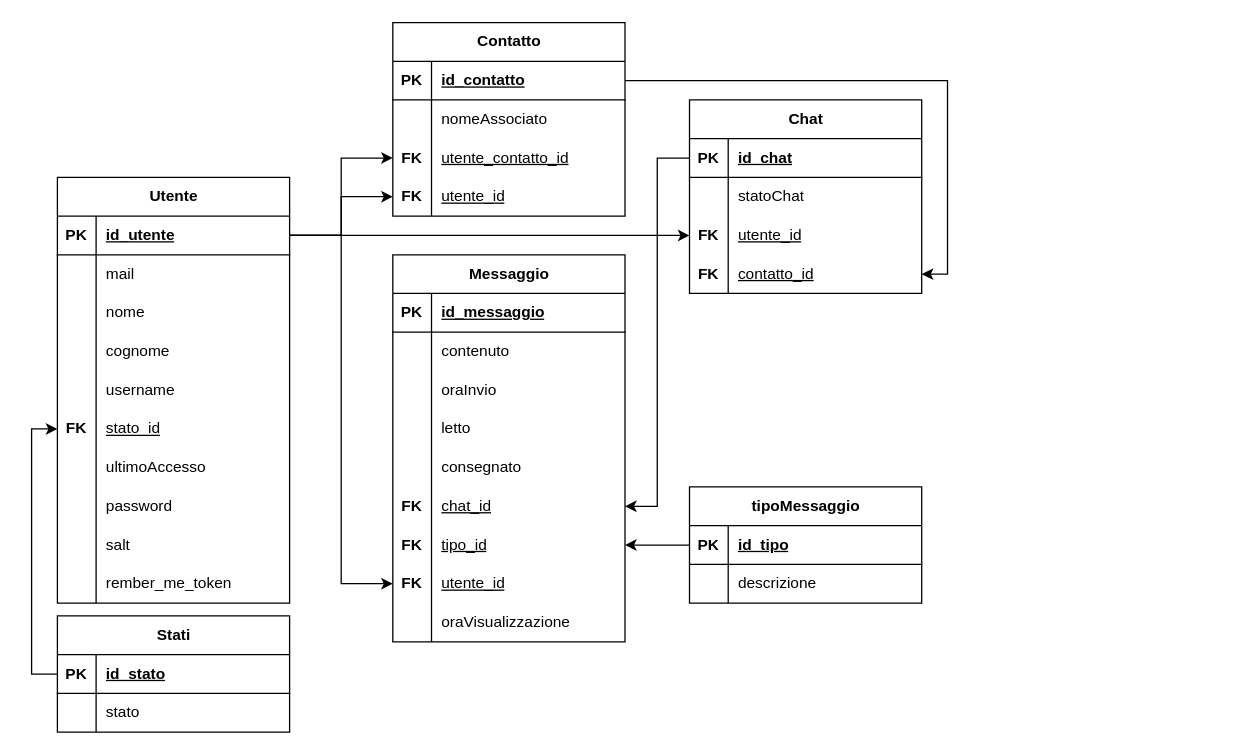
Above: Progettazione/DR_ChatApp.drawio in FanteyOfficial/ProgettoQuintaInformatica (draw.io), before the change. Source tidied: cells renumbered, new cells numbered last; positions are measured from the earlier drawing's top-left corner, leaving out a move shared by most shapes. Both pictures are drawn from the tidied source at 129%, with x=0, y=0 at pixel (57, 22).
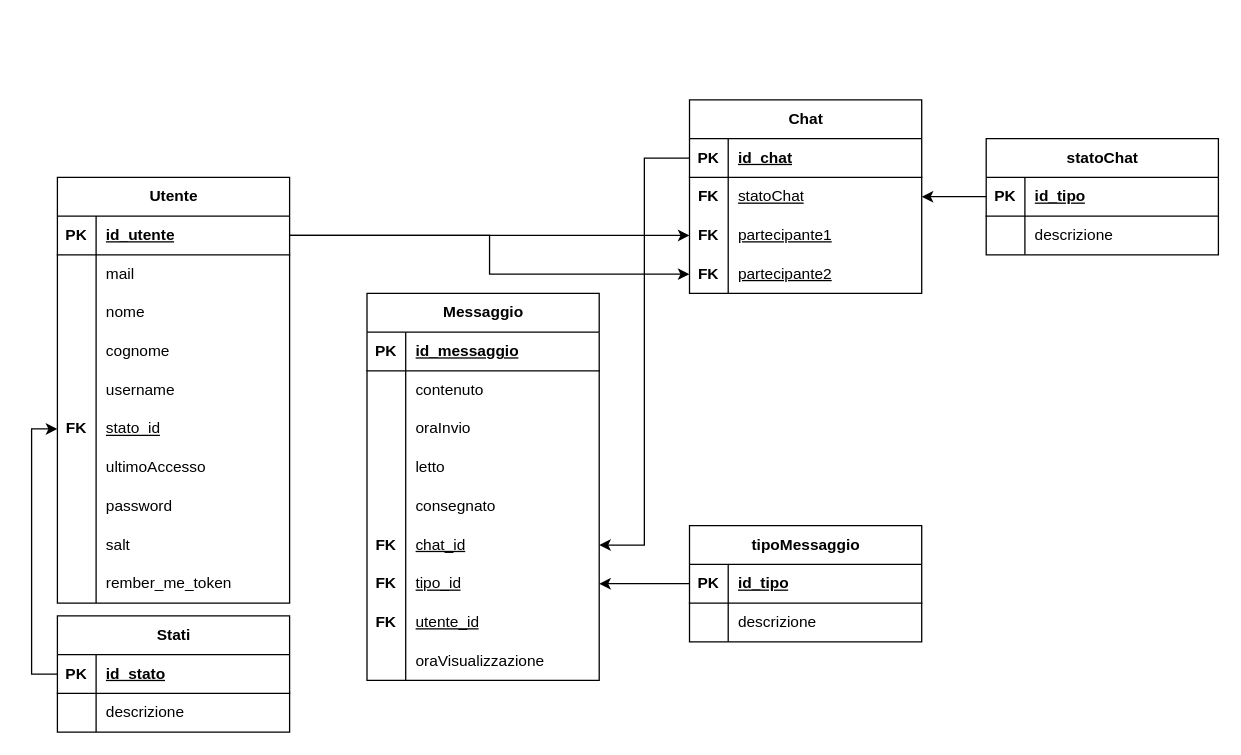
The same page after the edit.

Unchanged cells that the change refers to:
```xml
<mxCell id="3" style="shape=tableRow;horizontal=0;startSize=0;swimlaneHead=0;swimlaneBody=0;fillColor=none;points=[[0,0.5],[1,0.5]];portConstraint=eastwest;top=0;left=0;right=0;bottom=1;" parent="2" vertex="1">
  <mxGeometry y="30" width="180" height="30" as="geometry" />
</mxCell>
<mxCell id="37" style="shape=tableRow;horizontal=0;startSize=0;swimlaneHead=0;swimlaneBody=0;fillColor=none;points=[[0,0.5],[1,0.5]];portConstraint=eastwest;top=0;left=0;right=0;bottom=0;" parent="33" vertex="1">
  <mxGeometry y="60" width="180" height="30" as="geometry" />
</mxCell>
<mxCell id="40" style="shape=tableRow;horizontal=0;startSize=0;swimlaneHead=0;swimlaneBody=0;fillColor=none;points=[[0,0.5],[1,0.5]];portConstraint=eastwest;top=0;left=0;right=0;bottom=0;" parent="33" vertex="1">
  <mxGeometry y="90" width="180" height="30" as="geometry" />
</mxCell>
<mxCell id="43" style="shape=tableRow;horizontal=0;startSize=0;swimlaneHead=0;swimlaneBody=0;fillColor=none;points=[[0,0.5],[1,0.5]];portConstraint=eastwest;top=0;left=0;right=0;bottom=0;" parent="33" vertex="1">
  <mxGeometry y="120" width="180" height="30" as="geometry" />
</mxCell>
<mxCell id="68" style="shape=tableRow;horizontal=0;startSize=0;swimlaneHead=0;swimlaneBody=0;fillColor=none;points=[[0,0.5],[1,0.5]];portConstraint=eastwest;top=0;left=0;right=0;bottom=0;" parent="46" vertex="1">
  <mxGeometry y="240" width="180" height="30" as="geometry" />
</mxCell>
<mxCell id="79" style="shape=tableRow;horizontal=0;startSize=0;swimlaneHead=0;swimlaneBody=0;fillColor=none;top=0;left=0;right=0;bottom=0;" parent="75" vertex="1">
  <mxGeometry y="60" width="180" height="30" as="geometry" />
</mxCell>
```

Change to the diagram source:
```diff
@@
-    <mxCell id="38" style="shape=partialRectangle;fillColor=none;top=0;left=0;bottom=0;right=0;overflow=hidden;whiteSpace=wrap;html=1;" parent="37" vertex="1">
+    <mxCell id="38" value="&lt;b&gt;FK&lt;/b&gt;" style="shape=partialRectangle;fillColor=none;top=0;left=0;bottom=0;right=0;overflow=hidden;whiteSpace=wrap;html=1;" parent="37" vertex="1">
       <mxGeometry width="30" height="30" as="geometry" />
     </mxCell>
-    <mxCell id="39" value="statoChat" style="shape=partialRectangle;fillColor=none;top=0;left=0;bottom=0;right=0;align=left;spacingLeft=6;overflow=hidden;whiteSpace=wrap;html=1;" parent="37" vertex="1">
+    <mxCell id="39" value="&lt;u&gt;statoChat&lt;/u&gt;" style="shape=partialRectangle;fillColor=none;top=0;left=0;bottom=0;right=0;align=left;spacingLeft=6;overflow=hidden;whiteSpace=wrap;html=1;" parent="37" vertex="1">
       <mxGeometry x="30" width="150" height="30" as="geometry" />
     </mxCell>
@@
-    <mxCell id="42" value="&lt;u&gt;utente_id&lt;/u&gt;" style="shape=partialRectangle;fillColor=none;top=0;left=0;bottom=0;right=0;align=left;spacingLeft=6;overflow=hidden;whiteSpace=wrap;html=1;" parent="40" vertex="1">
+    <mxCell id="42" value="&lt;u&gt;partecipante1&lt;/u&gt;" style="shape=partialRectangle;fillColor=none;top=0;left=0;bottom=0;right=0;align=left;spacingLeft=6;overflow=hidden;whiteSpace=wrap;html=1;" parent="40" vertex="1">
       <mxGeometry x="30" width="150" height="30" as="geometry" />
     </mxCell>
@@
-    <mxCell id="45" value="&lt;u&gt;contatto_id&lt;/u&gt;" style="shape=partialRectangle;fillColor=none;top=0;left=0;bottom=0;right=0;align=left;spacingLeft=6;overflow=hidden;whiteSpace=wrap;html=1;" parent="43" vertex="1">
+    <mxCell id="45" value="&lt;u&gt;partecipante2&lt;/u&gt;" style="shape=partialRectangle;fillColor=none;top=0;left=0;bottom=0;right=0;align=left;spacingLeft=6;overflow=hidden;whiteSpace=wrap;html=1;" parent="43" vertex="1">
       <mxGeometry x="30" width="150" height="30" as="geometry" />
     </mxCell>
     <mxCell id="46" value="Messaggio" style="shape=table;startSize=30;childLayout=tableLayout;rowLines=0;fontStyle=1;align=center;html=1;" parent="1" vertex="1">
-      <mxGeometry x="260" y="180" width="180" height="300" as="geometry" />
+      <mxGeometry x="240" y="210" width="180" height="300" as="geometry" />
     </mxCell>
@@
-    <mxCell id="81" value="stato" style="shape=partialRectangle;fillColor=none;top=0;left=0;bottom=0;right=0;align=left;spacingLeft=6;overflow=hidden;whiteSpace=wrap;html=1;" parent="79" vertex="1">
+    <mxCell id="81" value="descrizione" style="shape=partialRectangle;fillColor=none;top=0;left=0;bottom=0;right=0;align=left;spacingLeft=6;overflow=hidden;whiteSpace=wrap;html=1;" parent="79" vertex="1">
       <mxGeometry x="30" width="150" height="30" as="geometry" />
     </mxCell>
     <mxCell id="82" value="tipoMessaggio" style="shape=table;startSize=30;childLayout=tableLayout;rowLines=0;fontStyle=1;align=center;html=1;" parent="1" vertex="1">
-      <mxGeometry x="490" y="360" width="180" height="90" as="geometry" />
+      <mxGeometry x="490" y="390" width="180" height="90" as="geometry" />
     </mxCell>
@@
-    <mxCell id="89" value="Contatto" style="shape=table;startSize=30;childLayout=tableLayout;rowLines=0;fontStyle=1;align=center;html=1;" parent="1" vertex="1">
-      <mxGeometry x="260" width="180" height="150" as="geometry" />
-    </mxCell>
-    <mxCell id="90" style="shape=tableRow;horizontal=0;startSize=0;swimlaneHead=0;swimlaneBody=0;fillColor=none;points=[[0,0.5],[1,0.5]];portConstraint=eastwest;top=0;left=0;right=0;bottom=1;" parent="89" vertex="1">
-      <mxGeometry y="30" width="180" height="30" as="geometry" />
-    </mxCell>
-    <mxCell id="91" value="PK" style="shape=partialRectangle;fillColor=none;top=0;left=0;bottom=0;right=0;fontStyle=1;overflow=hidden;whiteSpace=wrap;html=1;" parent="90" vertex="1">
-      <mxGeometry width="30" height="30" as="geometry" />
-    </mxCell>
-    <mxCell id="92" value="id_contatto" style="shape=partialRectangle;fillColor=none;top=0;left=0;bottom=0;right=0;align=left;spacingLeft=6;fontStyle=5;overflow=hidden;whiteSpace=wrap;html=1;" parent="90" vertex="1">
-      <mxGeometry x="30" width="150" height="30" as="geometry" />
-    </mxCell>
-    <mxCell id="93" style="shape=tableRow;horizontal=0;startSize=0;swimlaneHead=0;swimlaneBody=0;fillColor=none;top=0;left=0;right=0;bottom=0;" parent="89" vertex="1">
-      <mxGeometry y="60" width="180" height="30" as="geometry" />
-    </mxCell>
-    <mxCell id="94" style="shape=partialRectangle;fillColor=none;top=0;left=0;bottom=0;right=0;overflow=hidden;whiteSpace=wrap;html=1;" parent="93" vertex="1">
-      <mxGeometry width="30" height="30" as="geometry" />
-    </mxCell>
-    <mxCell id="95" value="nomeAssociato" style="shape=partialRectangle;fillColor=none;top=0;left=0;bottom=0;right=0;align=left;spacingLeft=6;overflow=hidden;whiteSpace=wrap;html=1;" parent="93" vertex="1">
-      <mxGeometry x="30" width="150" height="30" as="geometry" />
-    </mxCell>
-    <mxCell id="96" style="shape=tableRow;horizontal=0;startSize=0;swimlaneHead=0;swimlaneBody=0;fillColor=none;points=[[0,0.5],[1,0.5]];portConstraint=eastwest;top=0;left=0;right=0;bottom=0;" parent="89" vertex="1">
-      <mxGeometry y="90" width="180" height="30" as="geometry" />
-    </mxCell>
-    <mxCell id="97" value="&lt;b&gt;FK&lt;/b&gt;" style="shape=partialRectangle;fillColor=none;top=0;left=0;bottom=0;right=0;overflow=hidden;whiteSpace=wrap;html=1;" parent="96" vertex="1">
-      <mxGeometry width="30" height="30" as="geometry" />
-    </mxCell>
-    <mxCell id="98" value="&lt;u&gt;utente_contatto_id&lt;/u&gt;" style="shape=partialRectangle;fillColor=none;top=0;left=0;bottom=0;right=0;align=left;spacingLeft=6;overflow=hidden;whiteSpace=wrap;html=1;" parent="96" vertex="1">
-      <mxGeometry x="30" width="150" height="30" as="geometry" />
-    </mxCell>
-    <mxCell id="99" style="shape=tableRow;horizontal=0;startSize=0;swimlaneHead=0;swimlaneBody=0;fillColor=none;points=[[0,0.5],[1,0.5]];portConstraint=eastwest;top=0;left=0;right=0;bottom=0;" parent="89" vertex="1">
-      <mxGeometry y="120" width="180" height="30" as="geometry" />
-    </mxCell>
-    <mxCell id="100" value="&lt;b&gt;FK&lt;/b&gt;" style="shape=partialRectangle;fillColor=none;top=0;left=0;bottom=0;right=0;overflow=hidden;whiteSpace=wrap;html=1;" parent="99" vertex="1">
-      <mxGeometry width="30" height="30" as="geometry" />
-    </mxCell>
-    <mxCell id="101" value="&lt;u&gt;utente_id&lt;/u&gt;" style="shape=partialRectangle;fillColor=none;top=0;left=0;bottom=0;right=0;align=left;spacingLeft=6;overflow=hidden;whiteSpace=wrap;html=1;" parent="99" vertex="1">
-      <mxGeometry x="30" width="150" height="30" as="geometry" />
-    </mxCell>
-    <mxCell id="102" style="edgeStyle=orthogonalEdgeStyle;rounded=0;jettySize=auto;html=1;" parent="1" edge="1" source="3" target="96">
-      <mxGeometry relative="1" as="geometry" />
-    </mxCell>
-    <mxCell id="103" style="edgeStyle=orthogonalEdgeStyle;rounded=0;jettySize=auto;html=1;" parent="1" edge="1" source="3" target="99">
-      <mxGeometry relative="1" as="geometry" />
-    </mxCell>
-    <mxCell id="104" style="edgeStyle=orthogonalEdgeStyle;rounded=0;jettySize=auto;html=1;" parent="1" edge="1" source="3" target="68">
-      <mxGeometry relative="1" as="geometry">
-        <Array as="points">
-          <mxPoint x="220" y="165" />
-          <mxPoint x="220" y="435" />
-        </Array>
-      </mxGeometry>
-    </mxCell>
@@
-    <mxCell id="108" style="edgeStyle=orthogonalEdgeStyle;rounded=0;jettySize=auto;html=1;" parent="1" edge="1" source="90" target="43">
-      <mxGeometry relative="1" as="geometry">
-        <Array as="points">
-          <mxPoint x="690" y="45" />
-          <mxPoint x="690" y="195" />
-        </Array>
-      </mxGeometry>
-    </mxCell>
+    <mxCell id="109" style="edgeStyle=orthogonalEdgeStyle;rounded=0;jettySize=auto;html=1;" parent="1" edge="1" source="3" target="43">
+      <mxGeometry relative="1" as="geometry" />
+    </mxCell>
+    <mxCell id="110" value="statoChat" style="shape=table;startSize=30;childLayout=tableLayout;rowLines=0;fontStyle=1;align=center;html=1;" parent="1" vertex="1">
+      <mxGeometry x="720" y="90" width="180" height="90" as="geometry" />
+    </mxCell>
+    <mxCell id="90" style="shape=tableRow;horizontal=0;startSize=0;swimlaneHead=0;swimlaneBody=0;fillColor=none;points=[[0,0.5],[1,0.5]];portConstraint=eastwest;top=0;left=0;right=0;bottom=1;" parent="110" vertex="1">
+      <mxGeometry y="30" width="180" height="30" as="geometry" />
+    </mxCell>
+    <mxCell id="91" value="PK" style="shape=partialRectangle;fillColor=none;top=0;left=0;bottom=0;right=0;fontStyle=1;overflow=hidden;whiteSpace=wrap;html=1;" parent="90" vertex="1">
+      <mxGeometry width="30" height="30" as="geometry" />
+    </mxCell>
+    <mxCell id="111" value="id_tipo" style="shape=partialRectangle;fillColor=none;top=0;left=0;bottom=0;right=0;align=left;spacingLeft=6;fontStyle=5;overflow=hidden;whiteSpace=wrap;html=1;" parent="90" vertex="1">
+      <mxGeometry x="30" width="150" height="30" as="geometry" />
+    </mxCell>
+    <mxCell id="93" style="shape=tableRow;horizontal=0;startSize=0;swimlaneHead=0;swimlaneBody=0;fillColor=none;top=0;left=0;right=0;bottom=0;" parent="110" vertex="1">
+      <mxGeometry y="60" width="180" height="30" as="geometry" />
+    </mxCell>
+    <mxCell id="94" style="shape=partialRectangle;fillColor=none;top=0;left=0;bottom=0;right=0;overflow=hidden;whiteSpace=wrap;html=1;" parent="93" vertex="1">
+      <mxGeometry width="30" height="30" as="geometry" />
+    </mxCell>
+    <mxCell id="112" value="descrizione" style="shape=partialRectangle;fillColor=none;top=0;left=0;bottom=0;right=0;align=left;spacingLeft=6;overflow=hidden;whiteSpace=wrap;html=1;" parent="93" vertex="1">
+      <mxGeometry x="30" width="150" height="30" as="geometry" />
+    </mxCell>
+    <mxCell id="113" style="edgeStyle=orthogonalEdgeStyle;rounded=0;jettySize=auto;html=1;" parent="1" edge="1" source="90" target="37">
+      <mxGeometry relative="1" as="geometry" />
+    </mxCell>
```
